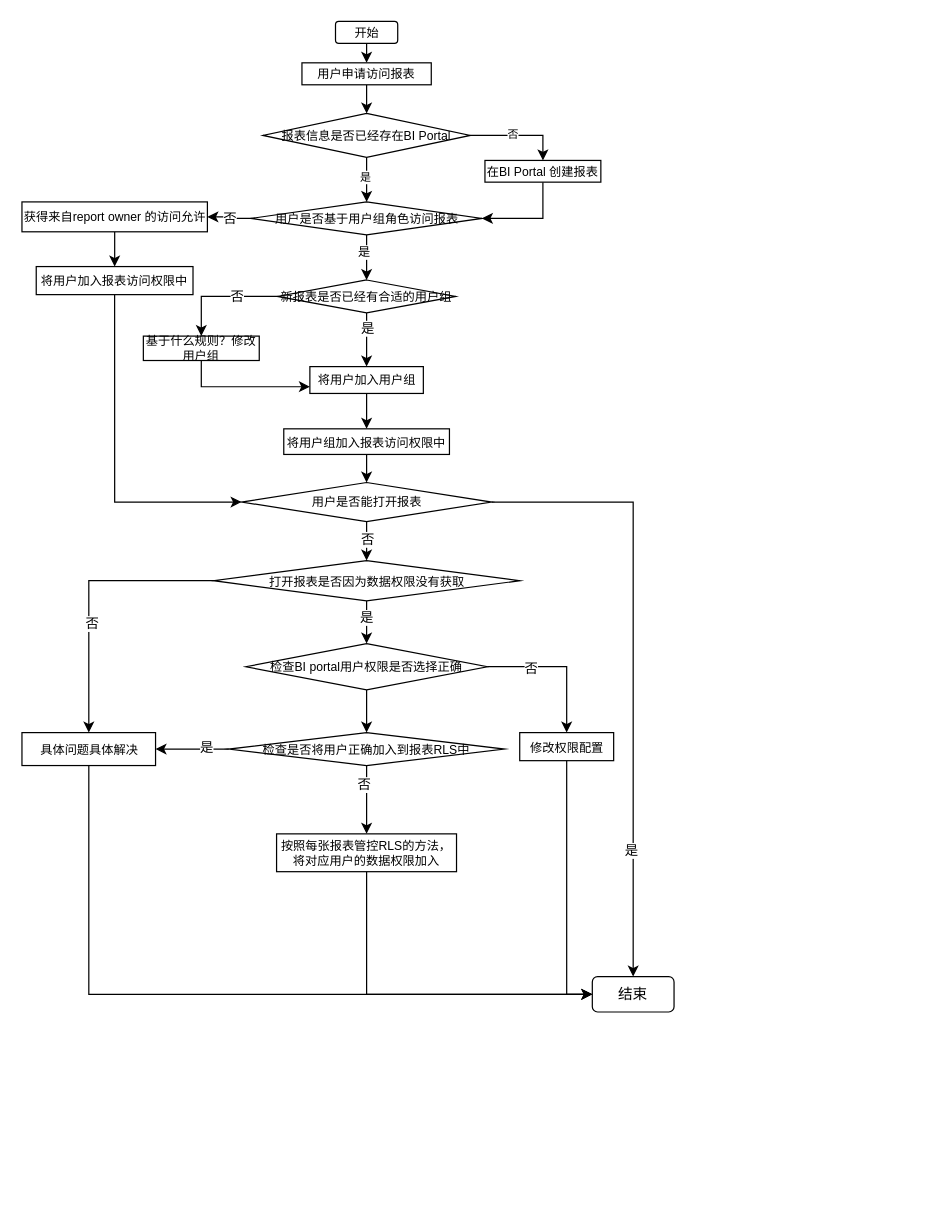
The draw.io diagram 未命名绘图.drawio in winky02/pics, before the edit. Source tidied: cells renumbered, new cells numbered last; positions are measured from the earlier drawing's top-left corner, leaving out a move shared by most shapes. Both pictures are drawn from the tidied source at 122%, with x=0, y=0 at pixel (21, 21).
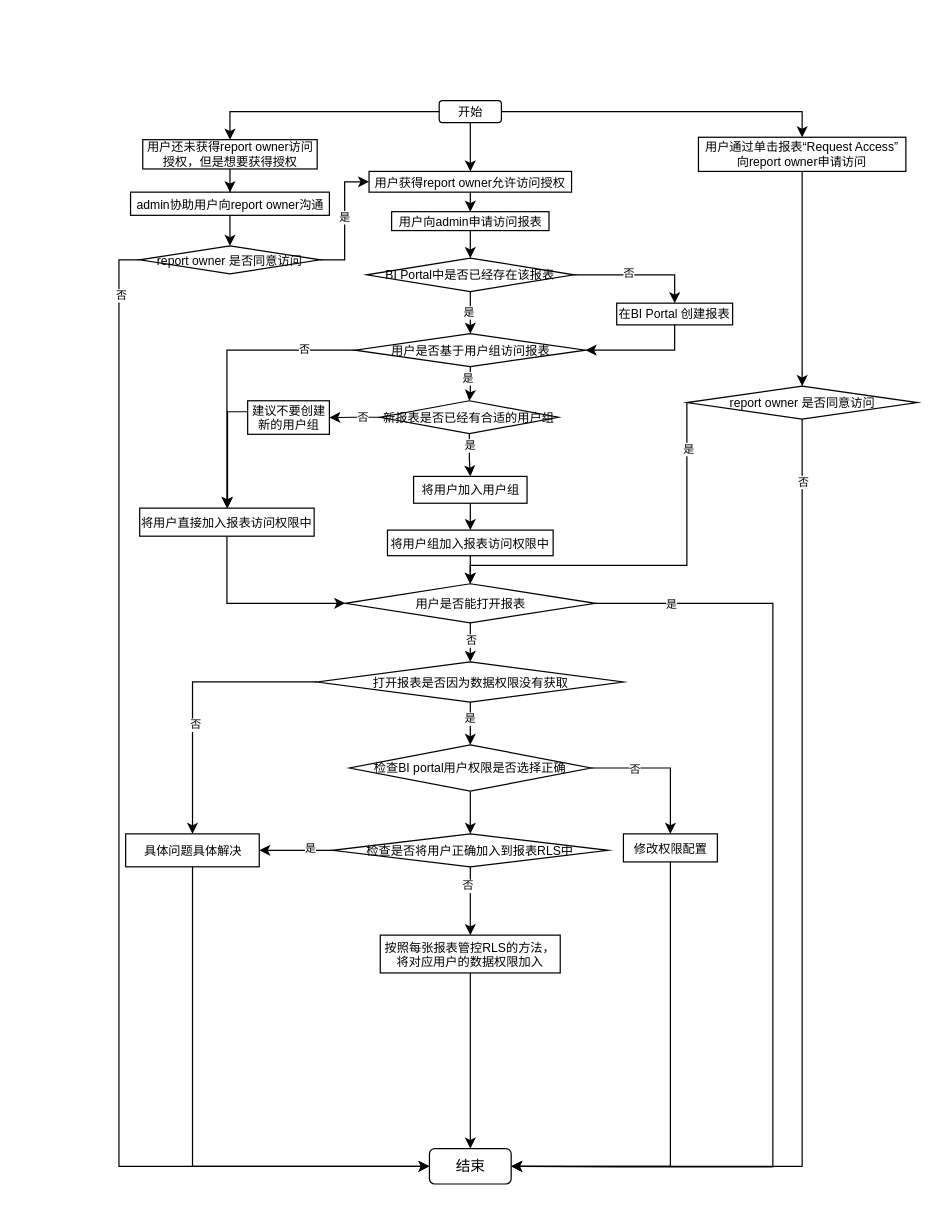
Above is the later version.

Commit message:
更新未命名绘图.drawio

The change refers to these unchanged cells:
```xml
<mxCell id="13" style="edgeStyle=orthogonalEdgeStyle;rounded=0;jettySize=auto;html=1;exitX=0.5;exitY=1;exitDx=0;exitDy=0;" parent="1" edge="1" source="17" target="19">
  <mxGeometry relative="1" as="geometry" />
</mxCell>
<mxCell id="15" style="edgeStyle=orthogonalEdgeStyle;rounded=0;jettySize=auto;html=1;" parent="1" edge="1" source="17" target="21">
  <mxGeometry relative="1" as="geometry" />
</mxCell>
<mxCell id="22" style="edgeStyle=orthogonalEdgeStyle;rounded=0;jettySize=auto;html=1;exitX=0.5;exitY=1;exitDx=0;exitDy=0;" parent="1" edge="1" source="26" target="17">
  <mxGeometry relative="1" as="geometry" />
</mxCell>
<mxCell id="33" style="edgeStyle=orthogonalEdgeStyle;rounded=0;jettySize=auto;html=1;" parent="1" edge="1" source="37" target="43">
  <mxGeometry relative="1" as="geometry" />
</mxCell>
<mxCell id="39" style="edgeStyle=orthogonalEdgeStyle;rounded=0;jettySize=auto;html=1;entryX=0.5;entryY=0;entryDx=0;entryDy=0;" parent="1" edge="1" source="43" target="49">
  <mxGeometry relative="1" as="geometry" />
</mxCell>
<mxCell id="41" style="edgeStyle=orthogonalEdgeStyle;rounded=0;jettySize=auto;html=1;" parent="1" edge="1" source="43" target="45">
  <mxGeometry relative="1" as="geometry" />
</mxCell>
<mxCell id="52" style="edgeStyle=orthogonalEdgeStyle;rounded=0;jettySize=auto;html=1;entryX=1;entryY=0.5;entryDx=0;entryDy=0;" parent="1" edge="1" source="56" target="45">
  <mxGeometry relative="1" as="geometry" />
</mxCell>
<mxCell id="54" style="edgeStyle=orthogonalEdgeStyle;rounded=0;jettySize=auto;html=1;" parent="1" edge="1" source="56" target="58">
  <mxGeometry relative="1" as="geometry" />
</mxCell>
```

What changed in the source:
```diff
@@
-    <mxCell id="2" style="edgeStyle=orthogonalEdgeStyle;rounded=0;jettySize=auto;html=1;exitX=0.5;exitY=1;exitDx=0;exitDy=0;entryX=0.5;entryY=0;entryDx=0;entryDy=0;" parent="1" edge="1" source="3" target="5">
+    <mxCell id="2" style="edgeStyle=orthogonalEdgeStyle;rounded=0;jettySize=auto;html=1;entryX=0.5;entryY=0;entryDx=0;entryDy=0;" parent="1" edge="1" source="3" target="5">
       <mxGeometry relative="1" as="geometry" />
     </mxCell>
+    <mxCell id="59" style="edgeStyle=orthogonalEdgeStyle;rounded=0;jettySize=auto;html=1;exitX=1;exitY=0.5;exitDx=0;exitDy=0;entryX=0.5;entryY=0;entryDx=0;entryDy=0;" parent="1" edge="1" source="3" target="67">
+      <mxGeometry relative="1" as="geometry" />
+    </mxCell>
+    <mxCell id="60" style="edgeStyle=orthogonalEdgeStyle;rounded=0;jettySize=auto;html=1;entryX=0.5;entryY=0;entryDx=0;entryDy=0;" parent="1" edge="1" source="3" target="76">
+      <mxGeometry relative="1" as="geometry" />
+    </mxCell>
     <mxCell id="3" value="开始" style="rounded=1;whiteSpace=wrap;html=1;fontSize=10;" parent="1" vertex="1">
-      <mxGeometry x="257.5" width="51" height="18" as="geometry" />
+      <mxGeometry x="342.5" y="65" width="51" height="18" as="geometry" />
     </mxCell>
-    <mxCell id="4" style="edgeStyle=orthogonalEdgeStyle;rounded=0;jettySize=auto;html=1;" parent="1" edge="1" source="5" target="10">
-      <mxGeometry relative="1" as="geometry" />
-    </mxCell>
+    <mxCell id="61" style="edgeStyle=orthogonalEdgeStyle;rounded=0;jettySize=auto;html=1;" parent="1" edge="1" source="5" target="74">
+      <mxGeometry relative="1" as="geometry" />
+    </mxCell>
-    <mxCell id="5" value="用户申请访问报表" style="rounded=0;whiteSpace=wrap;html=1;fontSize=10;" parent="1" vertex="1">
-      <mxGeometry x="230" y="34" width="106" height="18" as="geometry" />
+    <mxCell id="5" value="用户获得report owner允许访问授权" style="rounded=0;whiteSpace=wrap;html=1;fontSize=10;" parent="1" vertex="1">
+      <mxGeometry x="285" y="123" width="166" height="17" as="geometry" />
     </mxCell>
@@
-    <mxCell id="10" value="报表信息是否已经存在BI Portal" style="rhombus;whiteSpace=wrap;html=1;fontSize=10;rounded=0;" parent="1" vertex="1">
-      <mxGeometry x="198" y="75.5" width="170" height="36" as="geometry" />
+    <mxCell id="10" value="BI Portal中是否已经存在该报表" style="rhombus;whiteSpace=wrap;html=1;fontSize=10;rounded=0;" parent="1" vertex="1">
+      <mxGeometry x="283" y="194" width="170" height="27.5" as="geometry" />
     </mxCell>
@@
     <mxCell id="12" value="在BI Portal 创建报表" style="whiteSpace=wrap;html=1;fontSize=10;rounded=0;" parent="1" vertex="1">
-      <mxGeometry x="380" y="114" width="95" height="17.8" as="geometry" />
+      <mxGeometry x="488" y="231" width="95" height="17.8" as="geometry" />
     </mxCell>
@@
-    <mxCell id="14" value="是" style="edgeLabel;html=1;align=center;verticalAlign=middle;" parent="13" vertex="1">
+    <mxCell id="14" value="是" style="edgeLabel;html=1;align=center;verticalAlign=middle;fontSize=9;" parent="13" vertex="1">
       <mxGeometry x="-0.47" relative="1" as="geometry" />
     </mxCell>
@@
-    <mxCell id="16" value="否" style="edgeLabel;html=1;align=center;verticalAlign=middle;" parent="15" vertex="1">
+    <mxCell id="16" value="否" style="edgeLabel;html=1;align=center;verticalAlign=middle;fontSize=9;" parent="15" vertex="1">
       <mxGeometry x="-0.29" relative="1" as="geometry" />
     </mxCell>
     <mxCell id="17" value="新报表是否已经有合适的用户组" style="rhombus;whiteSpace=wrap;html=1;fontSize=10;rounded=0;" parent="1" vertex="1">
-      <mxGeometry x="210" y="212" width="146" height="27" as="geometry" />
+      <mxGeometry x="294.2" y="311" width="146" height="27" as="geometry" />
     </mxCell>
@@
     <mxCell id="19" value="将用户加入用户组" style="whiteSpace=wrap;html=1;fontSize=10;rounded=0;" parent="1" vertex="1">
-      <mxGeometry x="236.5" y="283" width="93" height="22" as="geometry" />
+      <mxGeometry x="321.5" y="373" width="93" height="22" as="geometry" />
     </mxCell>
-    <mxCell id="20" style="edgeStyle=orthogonalEdgeStyle;rounded=0;jettySize=auto;html=1;exitX=0.5;exitY=1;exitDx=0;exitDy=0;entryX=0;entryY=0.75;entryDx=0;entryDy=0;" parent="1" edge="1" source="21" target="19">
-      <mxGeometry relative="1" as="geometry" />
-    </mxCell>
+    <mxCell id="62" style="edgeStyle=orthogonalEdgeStyle;rounded=0;orthogonalLoop=1;jettySize=auto;html=1;entryX=0.5;entryY=0;entryDx=0;entryDy=0;" parent="1" edge="1">
+      <mxGeometry relative="1" as="geometry">
+        <mxPoint x="237.8" y="321.5" as="sourcePoint" />
+        <mxPoint x="169" y="399" as="targetPoint" />
+        <Array as="points">
+          <mxPoint x="168.8" y="320" />
+        </Array>
+      </mxGeometry>
+    </mxCell>
-    <mxCell id="21" value="基于什么规则？修改用户组" style="whiteSpace=wrap;html=1;fontSize=10;rounded=0;" parent="1" vertex="1">
-      <mxGeometry x="100" y="258" width="95" height="20" as="geometry" />
+    <mxCell id="21" value="建议不要创建新的用户组" style="whiteSpace=wrap;html=1;fontSize=10;rounded=0;" parent="1" vertex="1">
+      <mxGeometry x="185.5" y="311" width="67" height="27.5" as="geometry" />
     </mxCell>
@@
-    <mxCell id="23" value="是" style="edgeLabel;html=1;align=center;verticalAlign=middle;fontSize=10;" parent="22" vertex="1">
+    <mxCell id="23" value="是" style="edgeLabel;html=1;align=center;verticalAlign=middle;fontSize=9;" parent="22" vertex="1">
       <mxGeometry x="-0.38" y="-3" relative="1" as="geometry" />
     </mxCell>
-    <mxCell id="24" style="edgeStyle=orthogonalEdgeStyle;rounded=0;jettySize=auto;html=1;" parent="1" edge="1" source="26" target="28">
-      <mxGeometry relative="1" as="geometry" />
-    </mxCell>
-    <mxCell id="25" value="否" style="edgeLabel;html=1;align=center;verticalAlign=middle;" parent="24" vertex="1">
-      <mxGeometry x="-0.05" relative="1" as="geometry" />
-    </mxCell>
+    <mxCell id="63" style="edgeStyle=orthogonalEdgeStyle;rounded=0;jettySize=auto;html=1;entryX=0.5;entryY=0;entryDx=0;entryDy=0;" parent="1" edge="1" source="26" target="30">
+      <mxGeometry relative="1" as="geometry" />
+    </mxCell>
+    <mxCell id="64" value="否" style="edgeLabel;html=1;align=center;verticalAlign=middle;fontSize=9;" parent="63" vertex="1">
+      <mxGeometry x="-0.64" y="-1" relative="1" as="geometry" />
+    </mxCell>
-    <mxCell id="26" value="用户是否基于用户组角色访问报表" style="rhombus;whiteSpace=wrap;html=1;fontSize=10;rounded=0;" parent="1" vertex="1">
-      <mxGeometry x="188.5" y="148" width="189" height="27" as="geometry" />
+    <mxCell id="26" value="用户是否基于用户组访问报表" style="rhombus;whiteSpace=wrap;html=1;fontSize=10;rounded=0;" parent="1" vertex="1">
+      <mxGeometry x="273.5" y="256" width="189" height="27" as="geometry" />
     </mxCell>
-    <mxCell id="27" style="edgeStyle=orthogonalEdgeStyle;rounded=0;jettySize=auto;html=1;" parent="1" edge="1" source="28" target="30">
-      <mxGeometry relative="1" as="geometry" />
-    </mxCell>
-    <mxCell id="28" value="获得来自report owner 的访问允许" style="whiteSpace=wrap;html=1;fontSize=10;rounded=0;" parent="1" vertex="1">
-      <mxGeometry x="0.5" y="148" width="152" height="24.5" as="geometry" />
-    </mxCell>
@@
-    <mxCell id="30" value="将用户加入报表访问权限中" style="whiteSpace=wrap;html=1;fontSize=10;rounded=0;" parent="1" vertex="1">
-      <mxGeometry x="12.2" y="201" width="128.5" height="23" as="geometry" />
+    <mxCell id="30" value="将用户直接加入报表访问权限中" style="whiteSpace=wrap;html=1;fontSize=10;rounded=0;" parent="1" vertex="1">
+      <mxGeometry x="97" y="399" width="143" height="23" as="geometry" />
     </mxCell>
@@
     <mxCell id="32" value="将用户组加入报表访问权限中" style="whiteSpace=wrap;html=1;fontSize=10;rounded=0;" parent="1" vertex="1">
-      <mxGeometry x="215.1" y="334" width="135.8" height="21" as="geometry" />
+      <mxGeometry x="300.1" y="417" width="135.8" height="21" as="geometry" />
     </mxCell>
@@
-    <mxCell id="34" value="否" style="edgeLabel;html=1;align=center;verticalAlign=middle;" parent="33" vertex="1">
+    <mxCell id="34" value="否" style="edgeLabel;html=1;align=center;verticalAlign=middle;fontSize=9;" parent="33" vertex="1">
       <mxGeometry x="-0.4" relative="1" as="geometry" />
     </mxCell>
-    <mxCell id="35" style="edgeStyle=orthogonalEdgeStyle;rounded=0;jettySize=auto;html=1;exitX=1;exitY=0.5;exitDx=0;exitDy=0;entryX=0.5;entryY=0;entryDx=0;entryDy=0;" parent="1" edge="1" source="37" target="38">
-      <mxGeometry relative="1" as="geometry" />
+    <mxCell id="35" style="edgeStyle=orthogonalEdgeStyle;rounded=0;jettySize=auto;html=1;entryX=1;entryY=0.5;entryDx=0;entryDy=0;" parent="1" edge="1" source="37" target="38">
+      <mxGeometry relative="1" as="geometry">
+        <Array as="points">
+          <mxPoint x="616" y="477" />
+          <mxPoint x="616" y="939" />
+          <mxPoint x="490" y="939" />
+        </Array>
+      </mxGeometry>
     </mxCell>
-    <mxCell id="36" value="是" style="edgeLabel;html=1;align=center;verticalAlign=middle;" parent="35" vertex="1">
-      <mxGeometry x="0.59" y="-2" relative="1" as="geometry" />
-    </mxCell>
+    <mxCell id="65" value="是" style="edgeLabel;html=1;align=center;verticalAlign=middle;fontSize=9;" parent="35" vertex="1">
+      <mxGeometry x="-0.85" relative="1" as="geometry" />
+    </mxCell>
     <mxCell id="37" value="用户是否能打开报表" style="rhombus;whiteSpace=wrap;html=1;fontSize=10;rounded=0;" parent="1" vertex="1">
-      <mxGeometry x="180.5" y="378" width="205" height="32" as="geometry" />
+      <mxGeometry x="265.5" y="461" width="205" height="32" as="geometry" />
     </mxCell>
     <mxCell id="38" value="结束" style="rounded=1;whiteSpace=wrap;html=1;" parent="1" vertex="1">
-      <mxGeometry x="468" y="783" width="67" height="29" as="geometry" />
+      <mxGeometry x="334.5" y="924" width="67" height="29" as="geometry" />
     </mxCell>
@@
-    <mxCell id="40" value="是" style="edgeLabel;html=1;align=center;verticalAlign=middle;" parent="39" vertex="1">
+    <mxCell id="40" value="是" style="edgeLabel;html=1;align=center;verticalAlign=middle;fontSize=9;" parent="39" vertex="1">
       <mxGeometry x="-0.42" y="-1" relative="1" as="geometry" />
     </mxCell>
@@
-    <mxCell id="42" value="否" style="edgeLabel;html=1;align=center;verticalAlign=middle;" parent="41" vertex="1">
+    <mxCell id="42" value="否" style="edgeLabel;html=1;align=center;verticalAlign=middle;fontSize=9;" parent="41" vertex="1">
       <mxGeometry x="0.21" y="2" relative="1" as="geometry" />
     </mxCell>
     <mxCell id="43" value="打开报表是否因为数据权限没有获取" style="rhombus;whiteSpace=wrap;html=1;fontSize=10;rounded=0;" parent="1" vertex="1">
-      <mxGeometry x="157.5" y="442" width="251" height="33" as="geometry" />
+      <mxGeometry x="242.5" y="525" width="251" height="33" as="geometry" />
     </mxCell>
     <mxCell id="44" style="edgeStyle=orthogonalEdgeStyle;rounded=0;jettySize=auto;html=1;entryX=0;entryY=0.5;entryDx=0;entryDy=0;" parent="1" edge="1" source="45" target="38">
       <mxGeometry relative="1" as="geometry">
         <Array as="points">
-          <mxPoint x="56" y="798" />
+          <mxPoint x="140" y="939" />
+          <mxPoint x="334" y="939" />
         </Array>
       </mxGeometry>
     </mxCell>
     <mxCell id="45" value="具体问题具体解决" style="whiteSpace=wrap;html=1;fontSize=10;rounded=0;" parent="1" vertex="1">
-      <mxGeometry x="0.5" y="583" width="109.5" height="27" as="geometry" />
+      <mxGeometry x="85.5" y="666" width="109.5" height="27" as="geometry" />
     </mxCell>
     <mxCell id="46" style="edgeStyle=orthogonalEdgeStyle;rounded=0;jettySize=auto;html=1;entryX=0.5;entryY=0;entryDx=0;entryDy=0;" parent="1" edge="1" source="49" target="51">
       <mxGeometry relative="1" as="geometry">
         <Array as="points">
-          <mxPoint x="447" y="529" />
+          <mxPoint x="532" y="612" />
         </Array>
       </mxGeometry>
     </mxCell>
-    <mxCell id="47" value="否" style="edgeLabel;html=1;align=center;verticalAlign=middle;" parent="46" vertex="1">
+    <mxCell id="47" value="否" style="edgeLabel;html=1;align=center;verticalAlign=middle;fontSize=9;" parent="46" vertex="1">
       <mxGeometry x="-0.41" y="-1" relative="1" as="geometry" />
     </mxCell>
@@
     <mxCell id="49" value="检查BI portal用户权限是否选择正确" style="rhombus;whiteSpace=wrap;html=1;fontSize=10;" parent="1" vertex="1">
-      <mxGeometry x="184" y="510" width="198" height="38" as="geometry" />
+      <mxGeometry x="269" y="593" width="198" height="38" as="geometry" />
     </mxCell>
-    <mxCell id="50" style="edgeStyle=orthogonalEdgeStyle;rounded=0;jettySize=auto;html=1;entryX=0;entryY=0.5;entryDx=0;entryDy=0;" parent="1" edge="1" source="51" target="38">
-      <mxGeometry relative="1" as="geometry" />
+    <mxCell id="50" style="edgeStyle=orthogonalEdgeStyle;rounded=0;jettySize=auto;html=1;entryX=1;entryY=0.5;entryDx=0;entryDy=0;" parent="1" edge="1" source="51" target="38">
+      <mxGeometry relative="1" as="geometry">
+        <Array as="points">
+          <mxPoint x="532" y="938" />
+        </Array>
+      </mxGeometry>
     </mxCell>
     <mxCell id="51" value="修改权限配置" style="rounded=0;whiteSpace=wrap;html=1;fontSize=10;" parent="1" vertex="1">
-      <mxGeometry x="408.5" y="583" width="77" height="23" as="geometry" />
+      <mxGeometry x="493.5" y="666" width="77" height="23" as="geometry" />
     </mxCell>
@@
-    <mxCell id="53" value="是" style="edgeLabel;html=1;align=center;verticalAlign=middle;" parent="52" vertex="1">
+    <mxCell id="53" value="是" style="edgeLabel;html=1;align=center;verticalAlign=middle;fontSize=9;" parent="52" vertex="1">
       <mxGeometry x="-0.36" y="-2" relative="1" as="geometry" />
     </mxCell>
@@
-    <mxCell id="55" value="否" style="edgeLabel;html=1;align=center;verticalAlign=middle;" parent="54" vertex="1">
+    <mxCell id="55" value="否" style="edgeLabel;html=1;align=center;verticalAlign=middle;fontSize=9;" parent="54" vertex="1">
       <mxGeometry x="-0.46" y="-3" relative="1" as="geometry" />
     </mxCell>
     <mxCell id="56" value="检查是否将用户正确加入到报表RLS中" style="rhombus;whiteSpace=wrap;html=1;fontSize=10;" parent="1" vertex="1">
-      <mxGeometry x="170" y="583" width="226" height="27" as="geometry" />
+      <mxGeometry x="255" y="666" width="226" height="27" as="geometry" />
     </mxCell>
-    <mxCell id="57" style="edgeStyle=orthogonalEdgeStyle;rounded=0;jettySize=auto;html=1;entryX=0;entryY=0.5;entryDx=0;entryDy=0;" parent="1" edge="1" source="58" target="38">
+    <mxCell id="57" style="edgeStyle=orthogonalEdgeStyle;rounded=0;jettySize=auto;html=1;entryX=0.5;entryY=0;entryDx=0;entryDy=0;" parent="1" edge="1" source="58" target="38">
       <mxGeometry relative="1" as="geometry">
         <Array as="points">
-          <mxPoint x="283" y="798" />
+          <mxPoint x="368" y="819" />
+          <mxPoint x="368" y="819" />
         </Array>
       </mxGeometry>
     </mxCell>
     <mxCell id="58" value="按照每张报表管控RLS的方法，将对应用户的数据权限加入" style="whiteSpace=wrap;html=1;fontSize=10;" parent="1" vertex="1">
-      <mxGeometry x="209.2" y="666" width="147.5" height="31" as="geometry" />
+      <mxGeometry x="294.2" y="749" width="147.5" height="31" as="geometry" />
     </mxCell>
+    <mxCell id="66" style="edgeStyle=orthogonalEdgeStyle;rounded=0;jettySize=auto;html=1;exitX=0.5;exitY=1;exitDx=0;exitDy=0;entryX=0.5;entryY=0;entryDx=0;entryDy=0;" parent="1" edge="1" source="67" target="72">
+      <mxGeometry relative="1" as="geometry" />
+    </mxCell>
+    <mxCell id="67" value="用户通过单击报表“Request Access”向report owner申请访问" style="whiteSpace=wrap;html=1;fontSize=10;rounded=0;" parent="1" vertex="1">
+      <mxGeometry x="555" y="95" width="170" height="28" as="geometry" />
+    </mxCell>
+    <mxCell id="68" style="edgeStyle=orthogonalEdgeStyle;rounded=0;orthogonalLoop=1;jettySize=auto;html=1;" parent="1" edge="1">
+      <mxGeometry relative="1" as="geometry">
+        <mxPoint x="545.5" y="312.5" as="sourcePoint" />
+        <mxPoint x="367.9" y="461" as="targetPoint" />
+        <Array as="points">
+          <mxPoint x="545" y="446" />
+          <mxPoint x="368" y="446" />
+        </Array>
+      </mxGeometry>
+    </mxCell>
+    <mxCell id="69" value="是" style="edgeLabel;html=1;align=center;verticalAlign=middle;fontSize=9;" parent="68" vertex="1">
+      <mxGeometry x="-0.77" y="1" relative="1" as="geometry" />
+    </mxCell>
+    <mxCell id="70" style="edgeStyle=orthogonalEdgeStyle;rounded=0;jettySize=auto;html=1;entryX=1;entryY=0.5;entryDx=0;entryDy=0;" parent="1" edge="1" source="72" target="38">
+      <mxGeometry relative="1" as="geometry">
+        <Array as="points">
+          <mxPoint x="640" y="938" />
+        </Array>
+      </mxGeometry>
+    </mxCell>
+    <mxCell id="71" value="否" style="edgeLabel;html=1;align=center;verticalAlign=middle;fontSize=9;" parent="70" vertex="1">
+      <mxGeometry x="-0.88" relative="1" as="geometry" />
+    </mxCell>
+    <mxCell id="72" value="report owner 是否同意访问" style="rhombus;whiteSpace=wrap;html=1;fontSize=10;rounded=0;" parent="1" vertex="1">
+      <mxGeometry x="545.5" y="299" width="189" height="27" as="geometry" />
+    </mxCell>
+    <mxCell id="73" style="edgeStyle=orthogonalEdgeStyle;rounded=0;jettySize=auto;html=1;" parent="1" edge="1" source="74" target="10">
+      <mxGeometry relative="1" as="geometry" />
+    </mxCell>
+    <mxCell id="74" value="用户向admin申请访问报表" style="rounded=0;whiteSpace=wrap;html=1;fontSize=10;" parent="1" vertex="1">
+      <mxGeometry x="303.5" y="156" width="129" height="15.5" as="geometry" />
+    </mxCell>
+    <mxCell id="75" style="edgeStyle=orthogonalEdgeStyle;rounded=0;jettySize=auto;html=1;entryX=0.5;entryY=0;entryDx=0;entryDy=0;" parent="1" edge="1" source="76" target="78">
+      <mxGeometry relative="1" as="geometry" />
+    </mxCell>
+    <mxCell id="76" value="用户还未获得report owner访问授权，但是想要获得授权" style="rounded=0;whiteSpace=wrap;html=1;fontSize=10;" parent="1" vertex="1">
+      <mxGeometry x="99.5" y="97" width="143" height="24" as="geometry" />
+    </mxCell>
+    <mxCell id="77" style="edgeStyle=orthogonalEdgeStyle;rounded=0;jettySize=auto;html=1;" parent="1" edge="1" source="78" target="83">
+      <mxGeometry relative="1" as="geometry" />
+    </mxCell>
+    <mxCell id="78" value="admin协助用户向report owner沟通" style="rounded=0;whiteSpace=wrap;html=1;fontSize=10;" parent="1" vertex="1">
+      <mxGeometry x="89.5" y="140" width="163" height="19" as="geometry" />
+    </mxCell>
+    <mxCell id="79" style="edgeStyle=orthogonalEdgeStyle;rounded=0;jettySize=auto;html=1;entryX=0;entryY=0.5;entryDx=0;entryDy=0;" parent="1" edge="1" source="83" target="5">
+      <mxGeometry relative="1" as="geometry" />
+    </mxCell>
+    <mxCell id="80" value="是" style="edgeLabel;html=1;align=center;verticalAlign=middle;fontSize=9;" parent="79" vertex="1">
+      <mxGeometry x="0.05" y="1" relative="1" as="geometry" />
+    </mxCell>
+    <mxCell id="81" style="edgeStyle=orthogonalEdgeStyle;rounded=0;jettySize=auto;html=1;entryX=0;entryY=0.5;entryDx=0;entryDy=0;" parent="1" edge="1" source="83" target="38">
+      <mxGeometry relative="1" as="geometry">
+        <Array as="points">
+          <mxPoint x="80" y="196" />
+          <mxPoint x="80" y="938" />
+        </Array>
+      </mxGeometry>
+    </mxCell>
+    <mxCell id="82" value="否" style="edgeLabel;html=1;align=center;verticalAlign=middle;fontSize=9;" parent="81" vertex="1">
+      <mxGeometry x="-0.91" y="1" relative="1" as="geometry" />
+    </mxCell>
+    <mxCell id="83" value="report owner 是否同意访问" style="rhombus;whiteSpace=wrap;html=1;fontSize=10;rounded=0;" parent="1" vertex="1">
+      <mxGeometry x="97" y="184" width="148" height="23" as="geometry" />
+    </mxCell>
```
